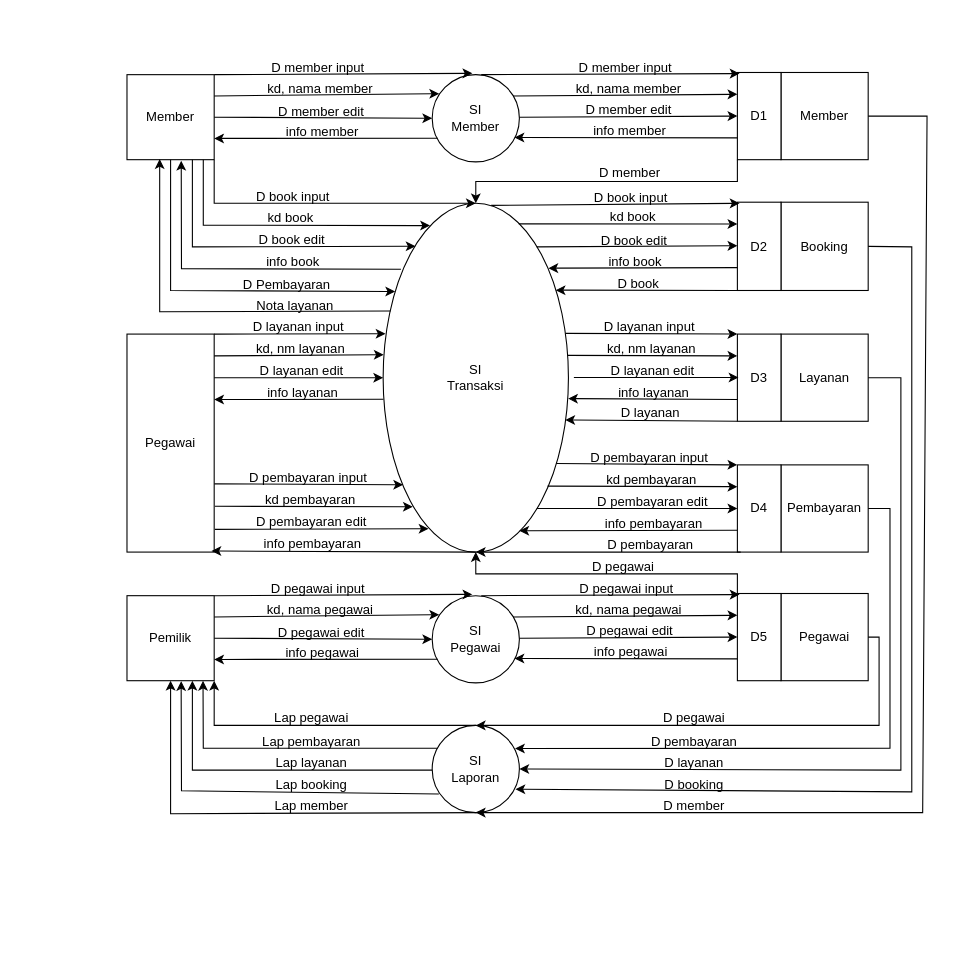
yogadwipayana/ERD keeps this draw.io diagram as page "level 0" (1 of 3) of BarbershopDFD 0.drawio. Above is the earlier version. Source tidied: cells renumbered, new cells numbered last; positions are measured from the earlier drawing's top-left corner, leaving out a move shared by most shapes. Both pictures are drawn from the tidied source at 109%, with x=0, y=0 at pixel (126, 51).
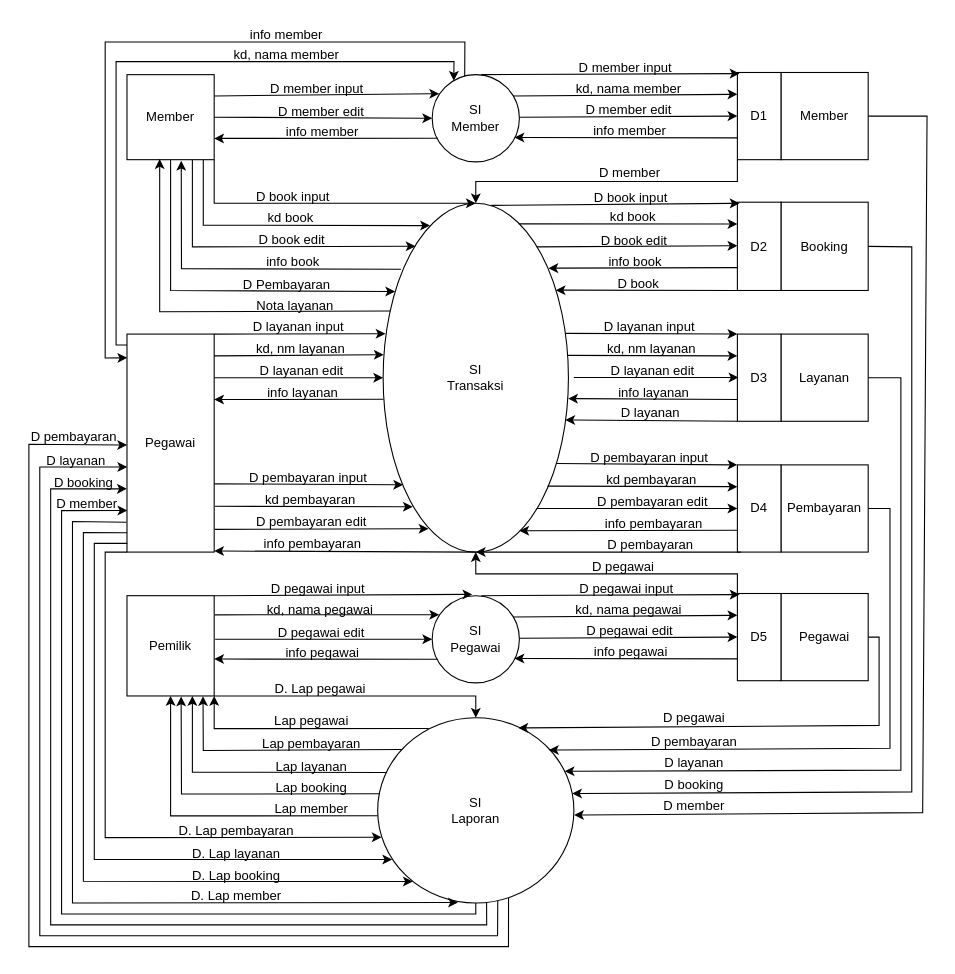
The same page after the edit.

Unchanged cells that the change refers to:
```xml
<mxCell id="2" value="Member" style="rounded=0;whiteSpace=wrap;html=1;" parent="1" vertex="1">
  <mxGeometry y="21" width="80" height="78" as="geometry" />
</mxCell>
<mxCell id="3" value="SI&lt;div&gt;Member&lt;/div&gt;" style="ellipse;whiteSpace=wrap;html=1;" parent="1" vertex="1">
  <mxGeometry x="280" y="21" width="80" height="80" as="geometry" />
</mxCell>
<mxCell id="4" value="Member" style="rounded=0;whiteSpace=wrap;html=1;" parent="1" vertex="1">
  <mxGeometry x="600" y="19" width="80" height="80" as="geometry" />
</mxCell>
<mxCell id="6" value="Pegawai" style="rounded=0;whiteSpace=wrap;html=1;" parent="1" vertex="1">
  <mxGeometry y="259" width="80" height="200" as="geometry" />
</mxCell>
<mxCell id="7" value="SI&lt;div&gt;Transaksi&lt;/div&gt;" style="ellipse;whiteSpace=wrap;html=1;" parent="1" vertex="1">
  <mxGeometry x="235" y="139" width="170" height="320" as="geometry" />
</mxCell>
<mxCell id="8" value="Layanan" style="rounded=0;whiteSpace=wrap;html=1;" parent="1" vertex="1">
  <mxGeometry x="600" y="259" width="80" height="80" as="geometry" />
</mxCell>
<mxCell id="10" value="Booking" style="rounded=0;whiteSpace=wrap;html=1;" parent="1" vertex="1">
  <mxGeometry x="600" y="138" width="80" height="81" as="geometry" />
</mxCell>
<mxCell id="12" value="Pembayaran" style="rounded=0;whiteSpace=wrap;html=1;" parent="1" vertex="1">
  <mxGeometry x="600" y="379" width="80" height="80" as="geometry" />
</mxCell>
<mxCell id="48" value="SI&lt;div&gt;Pegawai&lt;/div&gt;" style="ellipse;whiteSpace=wrap;html=1;" parent="1" vertex="1">
  <mxGeometry x="280" y="499" width="80" height="80" as="geometry" />
</mxCell>
<mxCell id="49" value="Pegawai" style="rounded=0;whiteSpace=wrap;html=1;" parent="1" vertex="1">
  <mxGeometry x="600" y="497" width="80" height="80" as="geometry" />
</mxCell>
```

What changed in the source:
```diff
@@
     <mxCell id="14" value="SI&lt;div&gt;Laporan&lt;/div&gt;" style="ellipse;whiteSpace=wrap;html=1;" parent="1" vertex="1">
-      <mxGeometry x="280" y="618" width="80" height="80" as="geometry" />
+      <mxGeometry x="230" y="611" width="180" height="170" as="geometry" />
     </mxCell>
-    <mxCell id="15" style="endArrow=classic;html=1;rounded=0;exitX=1;exitY=0;exitDx=0;exitDy=0;entryX=0.461;entryY=-0.015;entryDx=0;entryDy=0;entryPerimeter=0;" parent="1" edge="1" source="2" target="3">
-      <mxGeometry relative="1" as="geometry" />
-    </mxCell>
@@
     <mxCell id="19" value="D member input" style="text;html=1;align=center;verticalAlign=middle;strokeColor=none;fillColor=none;" parent="1" vertex="1">
-      <mxGeometry x="120" width="110" height="30" as="geometry" />
+      <mxGeometry x="118.5" y="19" width="110" height="30" as="geometry" />
     </mxCell>
     <mxCell id="20" value="kd, nama member" style="text;html=1;align=center;verticalAlign=middle;strokeColor=none;fillColor=none;" parent="1" vertex="1">
-      <mxGeometry x="117" y="19" width="120" height="30" as="geometry" />
+      <mxGeometry x="86" y="-12" width="120" height="30" as="geometry" />
     </mxCell>
@@
     <mxCell id="47" value="Pemilik" style="rounded=0;whiteSpace=wrap;html=1;" parent="1" vertex="1">
-      <mxGeometry y="499" width="80" height="78" as="geometry" />
+      <mxGeometry y="499" width="80" height="92" as="geometry" />
     </mxCell>
@@
-    <mxCell id="52" style="endArrow=classic;html=1;rounded=0;exitX=1;exitY=0.25;exitDx=0;exitDy=0;entryX=0.08;entryY=0.218;entryDx=0;entryDy=0;entryPerimeter=0;" parent="1" edge="1" source="47" target="48">
+    <mxCell id="52" style="endArrow=classic;html=1;rounded=0;entryX=0.08;entryY=0.218;entryDx=0;entryDy=0;entryPerimeter=0;exitX=1.005;exitY=0.191;exitDx=0;exitDy=0;exitPerimeter=0;" parent="1" edge="1" source="47" target="48">
       <mxGeometry relative="1" as="geometry" />
     </mxCell>
-    <mxCell id="53" style="endArrow=classic;html=1;rounded=0;exitX=1;exitY=0.5;exitDx=0;exitDy=0;entryX=0;entryY=0.5;entryDx=0;entryDy=0;" parent="1" edge="1" source="47" target="48">
+    <mxCell id="53" style="endArrow=classic;html=1;rounded=0;exitX=1.011;exitY=0.434;exitDx=0;exitDy=0;entryX=0;entryY=0.5;entryDx=0;entryDy=0;exitPerimeter=0;" parent="1" edge="1" source="47" target="48">
       <mxGeometry relative="1" as="geometry" />
     </mxCell>
-    <mxCell id="54" style="endArrow=classic;html=1;rounded=0;entryX=1;entryY=0.75;entryDx=0;entryDy=0;exitX=0.063;exitY=0.729;exitDx=0;exitDy=0;exitPerimeter=0;" parent="1" edge="1" source="48" target="47">
+    <mxCell id="54" style="endArrow=classic;html=1;rounded=0;entryX=1;entryY=0.632;entryDx=0;entryDy=0;exitX=0.063;exitY=0.729;exitDx=0;exitDy=0;exitPerimeter=0;entryPerimeter=0;" parent="1" edge="1" source="48" target="47">
       <mxGeometry relative="1" as="geometry" />
     </mxCell>
@@
-    <mxCell id="101" style="endArrow=classic;html=1;rounded=0;entryX=0.735;entryY=0.939;entryDx=0;entryDy=0;entryPerimeter=0;exitX=0.5;exitY=1;exitDx=0;exitDy=0;" parent="1" edge="1" source="7">
+    <mxCell id="101" style="endArrow=classic;html=1;rounded=0;exitX=0.5;exitY=1;exitDx=0;exitDy=0;" parent="1" edge="1" source="7">
       <mxGeometry relative="1" as="geometry">
-        <mxPoint x="77.5" y="458" as="targetPoint" />
+        <mxPoint x="80" y="458" as="targetPoint" />
       </mxGeometry>
     </mxCell>
@@
-    <mxCell id="112" style="endArrow=classic;html=1;rounded=0;exitX=1;exitY=0.5;exitDx=0;exitDy=0;entryX=0.5;entryY=0;entryDx=0;entryDy=0;" parent="1" edge="1" source="49" target="14">
+    <mxCell id="112" style="endArrow=classic;html=1;rounded=0;exitX=1;exitY=0.5;exitDx=0;exitDy=0;entryX=0.717;entryY=0.055;entryDx=0;entryDy=0;entryPerimeter=0;" parent="1" edge="1" source="49" target="14">
       <mxGeometry relative="1" as="geometry">
         <Array as="points">
           <mxPoint x="690" y="537" />
           <mxPoint x="690" y="618" />
         </Array>
       </mxGeometry>
     </mxCell>
-    <mxCell id="113" style="endArrow=classic;html=1;rounded=0;exitX=1;exitY=0.5;exitDx=0;exitDy=0;entryX=0.95;entryY=0.266;entryDx=0;entryDy=0;entryPerimeter=0;" parent="1" edge="1" source="12" target="14">
+    <mxCell id="113" style="endArrow=classic;html=1;rounded=0;exitX=1;exitY=0.5;exitDx=0;exitDy=0;entryX=0.873;entryY=0.174;entryDx=0;entryDy=0;entryPerimeter=0;" parent="1" edge="1" source="12" target="14">
       <mxGeometry relative="1" as="geometry">
         <Array as="points">
           <mxPoint x="700" y="419" />
           <mxPoint x="700" y="639" />
         </Array>
       </mxGeometry>
     </mxCell>
-    <mxCell id="114" style="endArrow=classic;html=1;rounded=0;exitX=1;exitY=0.5;exitDx=0;exitDy=0;entryX=1;entryY=0.5;entryDx=0;entryDy=0;" parent="1" edge="1" source="8" target="14">
+    <mxCell id="114" style="endArrow=classic;html=1;rounded=0;exitX=1;exitY=0.5;exitDx=0;exitDy=0;entryX=0.953;entryY=0.289;entryDx=0;entryDy=0;entryPerimeter=0;" parent="1" edge="1" source="8" target="14">
       <mxGeometry relative="1" as="geometry">
         <Array as="points">
           <mxPoint x="710" y="299" />
           <mxPoint x="710" y="659" />
         </Array>
       </mxGeometry>
     </mxCell>
-    <mxCell id="115" style="endArrow=classic;html=1;rounded=0;exitX=1;exitY=0.5;exitDx=0;exitDy=0;entryX=0.955;entryY=0.731;entryDx=0;entryDy=0;entryPerimeter=0;jumpStyle=arc;" parent="1" edge="1" source="10" target="14">
+    <mxCell id="115" style="endArrow=classic;html=1;rounded=0;exitX=1;exitY=0.5;exitDx=0;exitDy=0;entryX=0.991;entryY=0.409;entryDx=0;entryDy=0;jumpStyle=arc;entryPerimeter=0;" parent="1" edge="1" source="10" target="14">
       <mxGeometry relative="1" as="geometry">
         <Array as="points">
           <mxPoint x="720" y="179" />
           <mxPoint x="720" y="679" />
         </Array>
       </mxGeometry>
     </mxCell>
-    <mxCell id="116" style="endArrow=classic;html=1;rounded=0;exitX=1;exitY=0.5;exitDx=0;exitDy=0;entryX=0.5;entryY=1;entryDx=0;entryDy=0;jumpStyle=arc;" parent="1" edge="1" source="4" target="14">
+    <mxCell id="116" style="endArrow=classic;html=1;rounded=0;exitX=1;exitY=0.5;exitDx=0;exitDy=0;entryX=1.001;entryY=0.525;entryDx=0;entryDy=0;jumpStyle=arc;entryPerimeter=0;" parent="1" edge="1" source="4" target="14">
       <mxGeometry relative="1" as="geometry">
         <Array as="points">
           <mxPoint x="734" y="59" />
           <mxPoint x="730" y="698" />
         </Array>
       </mxGeometry>
     </mxCell>
-    <mxCell id="117" style="endArrow=classic;html=1;rounded=0;entryX=1;entryY=1;entryDx=0;entryDy=0;exitX=0.5;exitY=0;exitDx=0;exitDy=0;" parent="1" edge="1" source="14" target="47">
+    <mxCell id="117" style="endArrow=classic;html=1;rounded=0;entryX=1;entryY=1;entryDx=0;entryDy=0;exitX=0.26;exitY=0.058;exitDx=0;exitDy=0;exitPerimeter=0;" parent="1" edge="1" source="14" target="47">
       <mxGeometry relative="1" as="geometry">
         <Array as="points">
-          <mxPoint x="80" y="618" />
+          <mxPoint x="80" y="621" />
         </Array>
       </mxGeometry>
     </mxCell>
-    <mxCell id="118" style="endArrow=classic;html=1;rounded=0;entryX=0.872;entryY=1.002;entryDx=0;entryDy=0;exitX=0.06;exitY=0.263;exitDx=0;exitDy=0;exitPerimeter=0;entryPerimeter=0;" parent="1" edge="1" source="14" target="47">
+    <mxCell id="118" style="endArrow=classic;html=1;rounded=0;entryX=0.872;entryY=1.002;entryDx=0;entryDy=0;entryPerimeter=0;exitX=0.123;exitY=0.171;exitDx=0;exitDy=0;exitPerimeter=0;" parent="1" edge="1" source="14" target="47">
       <mxGeometry relative="1" as="geometry">
         <Array as="points">
-          <mxPoint x="70" y="639" />
+          <mxPoint x="70" y="641" />
         </Array>
       </mxGeometry>
     </mxCell>
-    <mxCell id="119" style="endArrow=classic;html=1;rounded=0;entryX=0.75;entryY=1;entryDx=0;entryDy=0;" parent="1" edge="1" target="47">
+    <mxCell id="119" style="endArrow=classic;html=1;rounded=0;entryX=0.75;entryY=1;entryDx=0;entryDy=0;exitX=0.042;exitY=0.295;exitDx=0;exitDy=0;exitPerimeter=0;" parent="1" edge="1" source="14" target="47">
       <mxGeometry relative="1" as="geometry">
-        <mxPoint x="280" y="659" as="sourcePoint" />
         <Array as="points">
-          <mxPoint x="60" y="659" />
+          <mxPoint x="60" y="661" />
         </Array>
       </mxGeometry>
     </mxCell>
-    <mxCell id="120" style="endArrow=classic;html=1;rounded=0;entryX=0.621;entryY=1.005;entryDx=0;entryDy=0;exitX=0.5;exitY=0;exitDx=0;exitDy=0;entryPerimeter=0;" parent="1" edge="1" target="47">
+    <mxCell id="120" style="endArrow=classic;html=1;rounded=0;entryX=0.621;entryY=1.005;entryDx=0;entryDy=0;exitX=0.009;exitY=0.41;exitDx=0;exitDy=0;entryPerimeter=0;exitPerimeter=0;" parent="1" edge="1" source="14" target="47">
       <mxGeometry relative="1" as="geometry">
-        <mxPoint x="286.1" y="681" as="sourcePoint" />
         <Array as="points">
-          <mxPoint x="50" y="678" />
+          <mxPoint x="50" y="681" />
         </Array>
       </mxGeometry>
     </mxCell>
-    <mxCell id="121" style="endArrow=classic;html=1;rounded=0;entryX=0.5;entryY=1;entryDx=0;entryDy=0;exitX=0.5;exitY=0;exitDx=0;exitDy=0;" parent="1" edge="1" target="47">
+    <mxCell id="121" style="endArrow=classic;html=1;rounded=0;entryX=0.5;entryY=1;entryDx=0;entryDy=0;exitX=0.001;exitY=0.529;exitDx=0;exitDy=0;exitPerimeter=0;" parent="1" edge="1" source="14" target="47">
       <mxGeometry relative="1" as="geometry">
-        <mxPoint x="326.1" y="698" as="sourcePoint" />
         <Array as="points">
-          <mxPoint x="40" y="699" />
+          <mxPoint x="40" y="701" />
         </Array>
       </mxGeometry>
     </mxCell>
@@
     <mxCell id="128" value="Lap pegawai" style="text;html=1;align=center;verticalAlign=middle;strokeColor=none;fillColor=none;" parent="1" vertex="1">
-      <mxGeometry x="123.5" y="596" width="90" height="30" as="geometry" />
+      <mxGeometry x="123.5" y="599" width="90" height="30" as="geometry" />
     </mxCell>
     <mxCell id="129" value="Lap pembayaran" style="text;html=1;align=center;verticalAlign=middle;strokeColor=none;fillColor=none;" parent="1" vertex="1">
-      <mxGeometry x="113.5" y="618" width="110" height="30" as="geometry" />
+      <mxGeometry x="113.5" y="620" width="110" height="30" as="geometry" />
     </mxCell>
     <mxCell id="130" value="Lap layanan" style="text;html=1;align=center;verticalAlign=middle;strokeColor=none;fillColor=none;" parent="1" vertex="1">
-      <mxGeometry x="123.5" y="638" width="90" height="30" as="geometry" />
+      <mxGeometry x="123.5" y="641" width="90" height="30" as="geometry" />
     </mxCell>
     <mxCell id="131" value="Lap booking" style="text;html=1;align=center;verticalAlign=middle;strokeColor=none;fillColor=none;" parent="1" vertex="1">
-      <mxGeometry x="123.5" y="658" width="90" height="30" as="geometry" />
+      <mxGeometry x="123.5" y="661" width="90" height="30" as="geometry" />
     </mxCell>
     <mxCell id="132" value="Lap member" style="text;html=1;align=center;verticalAlign=middle;strokeColor=none;fillColor=none;" parent="1" vertex="1">
-      <mxGeometry x="123.5" y="677" width="90" height="30" as="geometry" />
+      <mxGeometry x="123.5" y="680" width="90" height="30" as="geometry" />
     </mxCell>
+    <mxCell id="133" style="endArrow=classic;html=1;rounded=0;exitX=0;exitY=0.05;exitDx=0;exitDy=0;exitPerimeter=0;entryX=0.248;entryY=0.07;entryDx=0;entryDy=0;entryPerimeter=0;" parent="1" edge="1" source="6" target="3">
+      <mxGeometry relative="1" as="geometry">
+        <Array as="points">
+          <mxPoint x="-10" y="269" />
+          <mxPoint x="-10" y="9" />
+          <mxPoint x="300" y="9" />
+        </Array>
+      </mxGeometry>
+    </mxCell>
+    <mxCell id="134" style="endArrow=classic;html=1;rounded=0;exitX=0.373;exitY=0.017;exitDx=0;exitDy=0;exitPerimeter=0;entryX=0.003;entryY=0.109;entryDx=0;entryDy=0;entryPerimeter=0;" parent="1" edge="1" source="3" target="6">
+      <mxGeometry relative="1" as="geometry">
+        <Array as="points">
+          <mxPoint x="310" y="-9" />
+          <mxPoint x="-20" y="-9" />
+          <mxPoint x="-20" y="281" />
+        </Array>
+      </mxGeometry>
+    </mxCell>
+    <mxCell id="135" value="info member" style="text;html=1;align=center;verticalAlign=middle;strokeColor=none;fillColor=none;" parent="1" vertex="1">
+      <mxGeometry x="101" y="-30" width="90" height="30" as="geometry" />
+    </mxCell>
+    <mxCell id="136" style="endArrow=classic;html=1;rounded=0;exitX=0;exitY=1;exitDx=0;exitDy=0;entryX=0.02;entryY=0.645;entryDx=0;entryDy=0;entryPerimeter=0;" parent="1" edge="1" source="6" target="14">
+      <mxGeometry relative="1" as="geometry">
+        <Array as="points">
+          <mxPoint x="-20" y="459" />
+          <mxPoint x="-20" y="721" />
+        </Array>
+      </mxGeometry>
+    </mxCell>
+    <mxCell id="137" style="endArrow=classic;html=1;rounded=0;exitX=0.004;exitY=0.96;exitDx=0;exitDy=0;entryX=0.074;entryY=0.765;entryDx=0;entryDy=0;entryPerimeter=0;exitPerimeter=0;" parent="1" edge="1" source="6" target="14">
+      <mxGeometry relative="1" as="geometry">
+        <Array as="points">
+          <mxPoint x="-30" y="451" />
+          <mxPoint x="-30" y="741" />
+        </Array>
+      </mxGeometry>
+    </mxCell>
+    <mxCell id="138" style="endArrow=classic;html=1;rounded=0;exitX=0;exitY=0.911;exitDx=0;exitDy=0;entryX=0.179;entryY=0.884;entryDx=0;entryDy=0;entryPerimeter=0;exitPerimeter=0;" parent="1" edge="1" source="6" target="14">
+      <mxGeometry relative="1" as="geometry">
+        <Array as="points">
+          <mxPoint x="-40" y="441" />
+          <mxPoint x="-40" y="761" />
+        </Array>
+      </mxGeometry>
+    </mxCell>
+    <mxCell id="139" style="endArrow=classic;html=1;rounded=0;exitX=-0.006;exitY=0.863;exitDx=0;exitDy=0;entryX=0.409;entryY=0.997;entryDx=0;entryDy=0;entryPerimeter=0;exitPerimeter=0;" parent="1" edge="1" source="6" target="14">
+      <mxGeometry relative="1" as="geometry">
+        <Array as="points">
+          <mxPoint x="-50" y="431" />
+          <mxPoint x="-50" y="781" />
+        </Array>
+      </mxGeometry>
+    </mxCell>
+    <mxCell id="140" style="endArrow=classic;html=1;rounded=0;exitX=1;exitY=1;exitDx=0;exitDy=0;entryX=0.5;entryY=0;entryDx=0;entryDy=0;" parent="1" edge="1" source="47" target="14">
+      <mxGeometry relative="1" as="geometry">
+        <Array as="points">
+          <mxPoint x="320" y="591" />
+        </Array>
+      </mxGeometry>
+    </mxCell>
+    <mxCell id="141" value="D. Lap pegawai" style="text;html=1;align=center;verticalAlign=middle;strokeColor=none;fillColor=none;" parent="1" vertex="1">
+      <mxGeometry x="122" y="570" width="110" height="30" as="geometry" />
+    </mxCell>
+    <mxCell id="142" value="D. Lap pembayaran" style="text;html=1;align=center;verticalAlign=middle;strokeColor=none;fillColor=none;" parent="1" vertex="1">
+      <mxGeometry x="34.5" y="700" width="130" height="30" as="geometry" />
+    </mxCell>
+    <mxCell id="143" value="D. Lap layanan" style="text;html=1;align=center;verticalAlign=middle;strokeColor=none;fillColor=none;" parent="1" vertex="1">
+      <mxGeometry x="49.5" y="721" width="100" height="30" as="geometry" />
+    </mxCell>
+    <mxCell id="144" value="D. Lap booking" style="text;html=1;align=center;verticalAlign=middle;strokeColor=none;fillColor=none;" parent="1" vertex="1">
+      <mxGeometry x="49.5" y="741" width="100" height="30" as="geometry" />
+    </mxCell>
+    <mxCell id="145" value="D. Lap member" style="text;html=1;align=center;verticalAlign=middle;strokeColor=none;fillColor=none;" parent="1" vertex="1">
+      <mxGeometry x="44.5" y="760" width="110" height="30" as="geometry" />
+    </mxCell>
+    <mxCell id="146" style="endArrow=classic;html=1;rounded=0;exitX=0.5;exitY=1;exitDx=0;exitDy=0;entryX=0.004;entryY=0.809;entryDx=0;entryDy=0;entryPerimeter=0;" parent="1" edge="1" source="14" target="6">
+      <mxGeometry relative="1" as="geometry">
+        <Array as="points">
+          <mxPoint x="320" y="791" />
+          <mxPoint x="-60" y="791" />
+          <mxPoint x="-60" y="421" />
+        </Array>
+      </mxGeometry>
+    </mxCell>
+    <mxCell id="147" style="endArrow=classic;html=1;rounded=0;entryX=-0.002;entryY=0.71;entryDx=0;entryDy=0;entryPerimeter=0;exitX=0.555;exitY=0.995;exitDx=0;exitDy=0;exitPerimeter=0;" parent="1" edge="1" source="14" target="6">
+      <mxGeometry relative="1" as="geometry">
+        <Array as="points">
+          <mxPoint x="330" y="801" />
+          <mxPoint x="-70" y="801" />
+          <mxPoint x="-70" y="401" />
+        </Array>
+      </mxGeometry>
+    </mxCell>
+    <mxCell id="148" style="endArrow=classic;html=1;rounded=0;entryX=0.003;entryY=0.61;entryDx=0;entryDy=0;entryPerimeter=0;exitX=0.612;exitY=0.987;exitDx=0;exitDy=0;exitPerimeter=0;" parent="1" edge="1" source="14" target="6">
+      <mxGeometry relative="1" as="geometry">
+        <Array as="points">
+          <mxPoint x="340" y="811" />
+          <mxPoint x="-80" y="811" />
+          <mxPoint x="-80" y="381" />
+        </Array>
+      </mxGeometry>
+    </mxCell>
+    <mxCell id="149" style="endArrow=classic;html=1;rounded=0;entryX=0.001;entryY=0.509;entryDx=0;entryDy=0;entryPerimeter=0;exitX=0.667;exitY=0.972;exitDx=0;exitDy=0;exitPerimeter=0;" parent="1" edge="1" source="14" target="6">
+      <mxGeometry relative="1" as="geometry">
+        <Array as="points">
+          <mxPoint x="350" y="821" />
+          <mxPoint x="-90" y="821" />
+          <mxPoint x="-90" y="360" />
+        </Array>
+      </mxGeometry>
+    </mxCell>
+    <mxCell id="150" value="D pembayaran" style="text;html=1;align=center;verticalAlign=middle;strokeColor=none;fillColor=none;" parent="1" vertex="1">
+      <mxGeometry x="-99" y="339" width="100" height="30" as="geometry" />
+    </mxCell>
+    <mxCell id="151" value="D layanan" style="text;html=1;align=center;verticalAlign=middle;strokeColor=none;fillColor=none;" parent="1" vertex="1">
+      <mxGeometry x="-87" y="361" width="80" height="30" as="geometry" />
+    </mxCell>
+    <mxCell id="152" value="D booking" style="text;html=1;align=center;verticalAlign=middle;strokeColor=none;fillColor=none;" parent="1" vertex="1">
+      <mxGeometry x="-80" y="381" width="80" height="30" as="geometry" />
+    </mxCell>
+    <mxCell id="153" value="D member" style="text;html=1;align=center;verticalAlign=middle;strokeColor=none;fillColor=none;" parent="1" vertex="1">
+      <mxGeometry x="-77" y="400" width="80" height="30" as="geometry" />
+    </mxCell>
```
